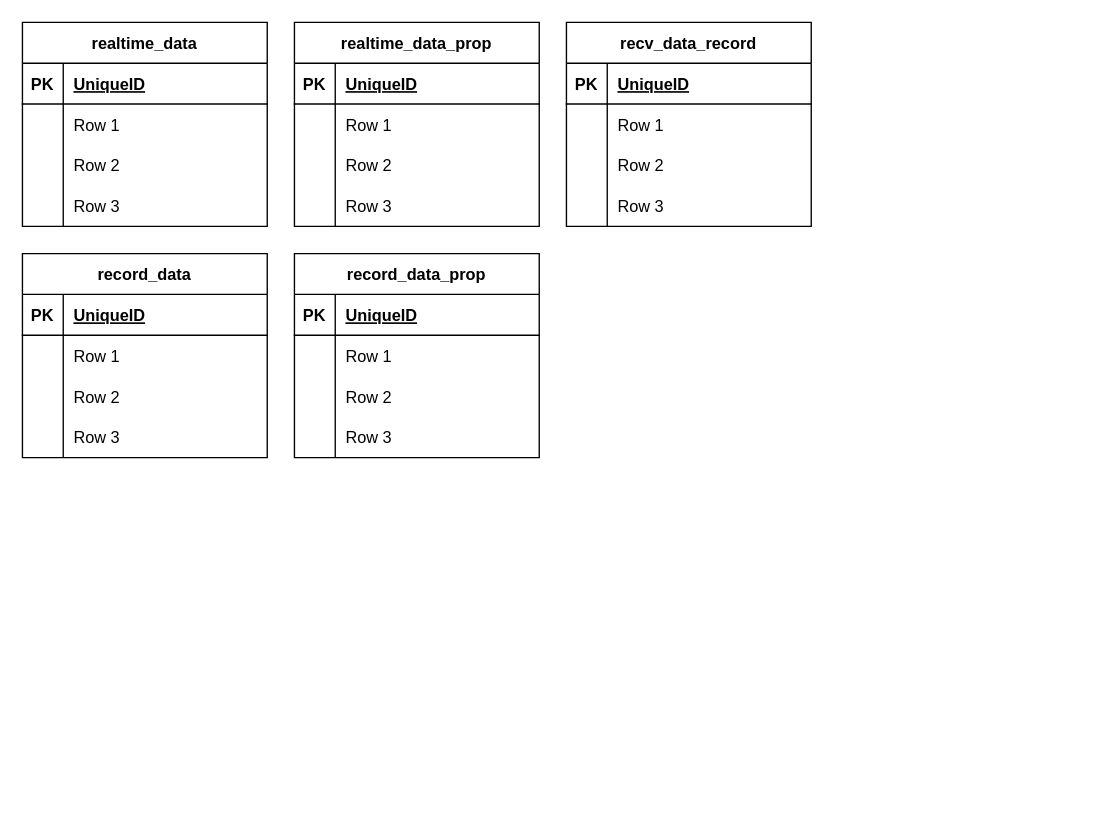
This is 监测数据.drawio from 514094388/Hms-ER, a draw.io file, before an edit. Source tidied: cells renumbered, new cells numbered last; positions are measured from the earlier drawing's top-left corner, leaving out a move shared by most shapes. Both pictures are drawn from the tidied source at 136%, with x=0, y=0 at pixel (22, 22).
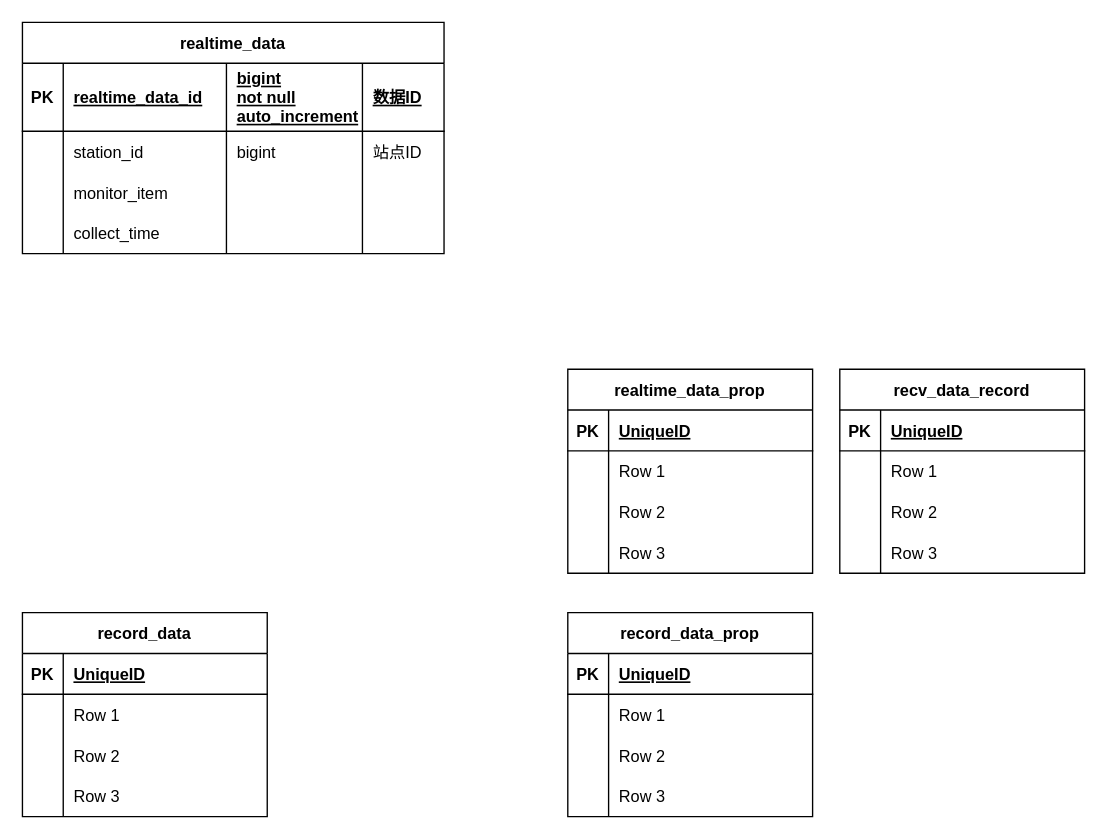
Above is the later version.

Commit message (it also covers changes not shown here):
更新监测数据.drawio

Diff of the diagram source:
```diff
@@
     <mxCell id="2" value="realtime_data" style="shape=table;startSize=30;childLayout=tableLayout;rowLines=0;fontStyle=1;align=center;" parent="1" vertex="1">
-      <mxGeometry width="180" height="150" as="geometry" />
+      <mxGeometry width="310" height="170" as="geometry" />
     </mxCell>
     <mxCell id="3" style="shape=tableRow;horizontal=0;startSize=0;swimlaneHead=0;swimlaneBody=0;fillColor=none;top=0;left=0;right=0;bottom=1;" parent="2" vertex="1">
-      <mxGeometry y="30" width="180" height="30" as="geometry" />
+      <mxGeometry y="30" width="310" height="50" as="geometry" />
     </mxCell>
     <mxCell id="4" value="PK" style="shape=partialRectangle;fillColor=none;top=0;left=0;bottom=0;right=0;fontStyle=1;overflow=hidden;" parent="3" vertex="1">
-      <mxGeometry width="30" height="30" as="geometry" />
+      <mxGeometry width="30" height="50" as="geometry" />
     </mxCell>
-    <mxCell id="5" value="UniqueID" style="shape=partialRectangle;fillColor=none;top=0;left=0;bottom=0;right=0;align=left;spacingLeft=6;fontStyle=5;overflow=hidden;" parent="3" vertex="1">
-      <mxGeometry x="30" width="150" height="30" as="geometry" />
+    <mxCell id="5" value="realtime_data_id" style="shape=partialRectangle;fillColor=none;top=0;left=0;bottom=0;right=0;align=left;spacingLeft=6;fontStyle=5;overflow=hidden;" parent="3" vertex="1">
+      <mxGeometry x="30" width="120" height="50" as="geometry" />
     </mxCell>
+    <mxCell id="67" value="bigint&#10;not null&#10;auto_increment" style="shape=partialRectangle;fillColor=none;top=0;left=0;bottom=0;right=0;align=left;spacingLeft=6;fontStyle=5;overflow=hidden;" parent="3" vertex="1">
+      <mxGeometry x="150" width="100" height="50" as="geometry" />
+    </mxCell>
+    <mxCell id="68" value="数据ID" style="shape=partialRectangle;fillColor=none;top=0;left=0;bottom=0;right=0;align=left;spacingLeft=6;fontStyle=5;overflow=hidden;" parent="3" vertex="1">
+      <mxGeometry x="250" width="60" height="50" as="geometry" />
+    </mxCell>
     <mxCell id="6" style="shape=tableRow;horizontal=0;startSize=0;swimlaneHead=0;swimlaneBody=0;fillColor=none;top=0;left=0;right=0;bottom=0;" parent="2" vertex="1">
-      <mxGeometry y="60" width="180" height="30" as="geometry" />
+      <mxGeometry y="80" width="310" height="30" as="geometry" />
     </mxCell>
@@
-    <mxCell id="8" value="Row 1" style="shape=partialRectangle;fillColor=none;top=0;left=0;bottom=0;right=0;align=left;spacingLeft=6;overflow=hidden;" parent="6" vertex="1">
-      <mxGeometry x="30" width="150" height="30" as="geometry" />
+    <mxCell id="8" value="station_id" style="shape=partialRectangle;fillColor=none;top=0;left=0;bottom=0;right=0;align=left;spacingLeft=6;overflow=hidden;" parent="6" vertex="1">
+      <mxGeometry x="30" width="120" height="30" as="geometry" />
     </mxCell>
+    <mxCell id="69" value="bigint" style="shape=partialRectangle;fillColor=none;top=0;left=0;bottom=0;right=0;align=left;spacingLeft=6;overflow=hidden;" parent="6" vertex="1">
+      <mxGeometry x="150" width="100" height="30" as="geometry" />
+    </mxCell>
+    <mxCell id="70" value="站点ID" style="shape=partialRectangle;fillColor=none;top=0;left=0;bottom=0;right=0;align=left;spacingLeft=6;overflow=hidden;" parent="6" vertex="1">
+      <mxGeometry x="250" width="60" height="30" as="geometry" />
+    </mxCell>
     <mxCell id="9" style="shape=tableRow;horizontal=0;startSize=0;swimlaneHead=0;swimlaneBody=0;fillColor=none;top=0;left=0;right=0;bottom=0;" parent="2" vertex="1">
-      <mxGeometry y="90" width="180" height="30" as="geometry" />
+      <mxGeometry y="110" width="310" height="30" as="geometry" />
     </mxCell>
@@
-    <mxCell id="11" value="Row 2" style="shape=partialRectangle;fillColor=none;top=0;left=0;bottom=0;right=0;align=left;spacingLeft=6;overflow=hidden;" parent="9" vertex="1">
-      <mxGeometry x="30" width="150" height="30" as="geometry" />
+    <mxCell id="11" value="monitor_item" style="shape=partialRectangle;fillColor=none;top=0;left=0;bottom=0;right=0;align=left;spacingLeft=6;overflow=hidden;" parent="9" vertex="1">
+      <mxGeometry x="30" width="120" height="30" as="geometry" />
     </mxCell>
+    <mxCell id="71" style="shape=partialRectangle;fillColor=none;top=0;left=0;bottom=0;right=0;align=left;spacingLeft=6;overflow=hidden;" parent="9" vertex="1">
+      <mxGeometry x="150" width="100" height="30" as="geometry" />
+    </mxCell>
+    <mxCell id="72" style="shape=partialRectangle;fillColor=none;top=0;left=0;bottom=0;right=0;align=left;spacingLeft=6;overflow=hidden;" parent="9" vertex="1">
+      <mxGeometry x="250" width="60" height="30" as="geometry" />
+    </mxCell>
     <mxCell id="12" style="shape=tableRow;horizontal=0;startSize=0;swimlaneHead=0;swimlaneBody=0;fillColor=none;top=0;left=0;right=0;bottom=0;" parent="2" vertex="1">
-      <mxGeometry y="120" width="180" height="30" as="geometry" />
+      <mxGeometry y="140" width="310" height="30" as="geometry" />
     </mxCell>
@@
-    <mxCell id="14" value="Row 3" style="shape=partialRectangle;fillColor=none;top=0;left=0;bottom=0;right=0;align=left;spacingLeft=6;overflow=hidden;" parent="12" vertex="1">
-      <mxGeometry x="30" width="150" height="30" as="geometry" />
+    <mxCell id="14" value="collect_time" style="shape=partialRectangle;fillColor=none;top=0;left=0;bottom=0;right=0;align=left;spacingLeft=6;overflow=hidden;" parent="12" vertex="1">
+      <mxGeometry x="30" width="120" height="30" as="geometry" />
     </mxCell>
+    <mxCell id="73" style="shape=partialRectangle;fillColor=none;top=0;left=0;bottom=0;right=0;align=left;spacingLeft=6;overflow=hidden;" parent="12" vertex="1">
+      <mxGeometry x="150" width="100" height="30" as="geometry" />
+    </mxCell>
+    <mxCell id="74" style="shape=partialRectangle;fillColor=none;top=0;left=0;bottom=0;right=0;align=left;spacingLeft=6;overflow=hidden;" parent="12" vertex="1">
+      <mxGeometry x="250" width="60" height="30" as="geometry" />
+    </mxCell>
     <mxCell id="15" value="realtime_data_prop" style="shape=table;startSize=30;childLayout=tableLayout;rowLines=0;fontStyle=1;align=center;" parent="1" vertex="1">
-      <mxGeometry x="200" width="180" height="150" as="geometry" />
+      <mxGeometry x="401" y="255" width="180" height="150" as="geometry" />
     </mxCell>
@@
     <mxCell id="28" value="record_data" style="shape=table;startSize=30;childLayout=tableLayout;rowLines=0;fontStyle=1;align=center;" parent="1" vertex="1">
-      <mxGeometry y="170" width="180" height="150" as="geometry" />
+      <mxGeometry y="434" width="180" height="150" as="geometry" />
     </mxCell>
@@
     <mxCell id="41" value="record_data_prop" style="shape=table;startSize=30;childLayout=tableLayout;rowLines=0;fontStyle=1;align=center;" parent="1" vertex="1">
-      <mxGeometry x="200" y="170" width="180" height="150" as="geometry" />
+      <mxGeometry x="401" y="434" width="180" height="150" as="geometry" />
     </mxCell>
@@
     <mxCell id="54" value="recv_data_record" style="shape=table;startSize=30;childLayout=tableLayout;rowLines=0;fontStyle=1;align=center;" parent="1" vertex="1">
-      <mxGeometry x="400" width="180" height="150" as="geometry" />
+      <mxGeometry x="601" y="255" width="180" height="150" as="geometry" />
     </mxCell>
```
